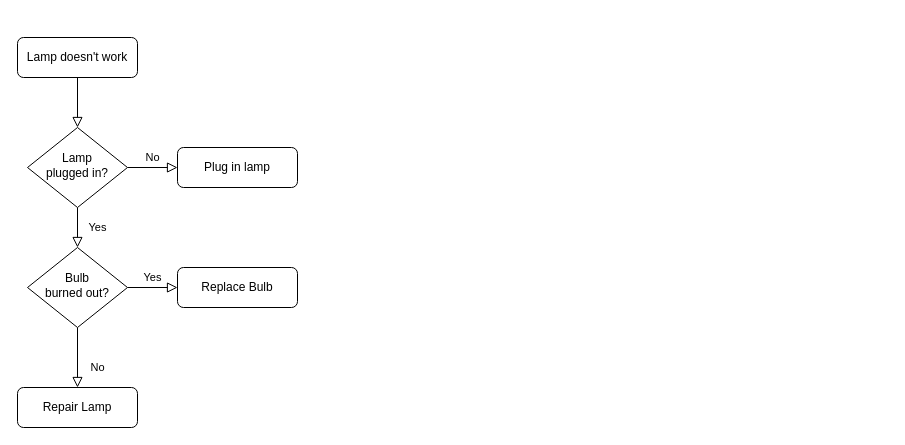
The draw.io diagram Untitled Diagram.drawio in CongMinYin/flow, before the edit. Source tidied: cells renumbered, new cells numbered last; positions are measured from the earlier drawing's top-left corner, leaving out a move shared by most shapes. Both pictures are drawn from the tidied source at 100%, with x=0, y=0 at pixel (17, 37).
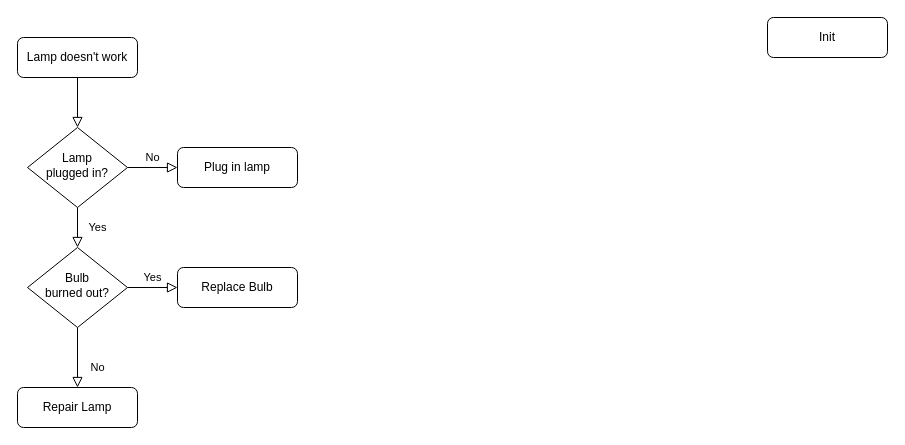
Above is the later version.

Commit message:
PMEMDevice Async

Change to the diagram source:
```diff
@@
 <mxGraphModel>
   <root>
     <mxCell id="0" />
     <mxCell id="1" parent="0" />
     <mxCell id="2" style="rounded=0;html=1;jettySize=auto;fontSize=11;endArrow=block;endFill=0;endSize=8;strokeWidth=1;shadow=0;labelBackgroundColor=none;edgeStyle=orthogonalEdgeStyle;" parent="1" edge="1" source="3" target="6">
       <mxGeometry relative="1" as="geometry" />
     </mxCell>
     <mxCell id="3" value="Lamp doesn't work" style="rounded=1;whiteSpace=wrap;html=1;fontSize=12;glass=0;strokeWidth=1;shadow=0;" parent="1" vertex="1">
       <mxGeometry width="120" height="40" as="geometry" />
     </mxCell>
     <mxCell id="4" value="Yes" style="rounded=0;html=1;jettySize=auto;fontSize=11;endArrow=block;endFill=0;endSize=8;strokeWidth=1;shadow=0;labelBackgroundColor=none;edgeStyle=orthogonalEdgeStyle;" parent="1" edge="1" source="6" target="10">
       <mxGeometry y="20" relative="1" as="geometry" />
     </mxCell>
     <mxCell id="5" value="No" style="edgeStyle=orthogonalEdgeStyle;rounded=0;html=1;jettySize=auto;fontSize=11;endArrow=block;endFill=0;endSize=8;strokeWidth=1;shadow=0;labelBackgroundColor=none;" parent="1" edge="1" source="6" target="7">
       <mxGeometry y="10" relative="1" as="geometry" />
     </mxCell>
     <mxCell id="6" value="Lamp&lt;br&gt;plugged in?" style="rhombus;whiteSpace=wrap;html=1;shadow=0;fontFamily=Helvetica;fontSize=12;align=center;strokeWidth=1;spacing=6;spacingTop=-4;" parent="1" vertex="1">
       <mxGeometry x="10" y="90" width="100" height="80" as="geometry" />
     </mxCell>
     <mxCell id="7" value="Plug in lamp" style="rounded=1;whiteSpace=wrap;html=1;fontSize=12;glass=0;strokeWidth=1;shadow=0;" parent="1" vertex="1">
       <mxGeometry x="160" y="110" width="120" height="40" as="geometry" />
     </mxCell>
     <mxCell id="8" value="No" style="rounded=0;html=1;jettySize=auto;fontSize=11;endArrow=block;endFill=0;endSize=8;strokeWidth=1;shadow=0;labelBackgroundColor=none;edgeStyle=orthogonalEdgeStyle;" parent="1" edge="1" source="10" target="11">
       <mxGeometry x="0.33" y="20" relative="1" as="geometry" />
     </mxCell>
     <mxCell id="9" value="Yes" style="edgeStyle=orthogonalEdgeStyle;rounded=0;html=1;jettySize=auto;fontSize=11;endArrow=block;endFill=0;endSize=8;strokeWidth=1;shadow=0;labelBackgroundColor=none;" parent="1" edge="1" source="10" target="12">
       <mxGeometry y="10" relative="1" as="geometry" />
     </mxCell>
     <mxCell id="10" value="Bulb&lt;br&gt;burned out?" style="rhombus;whiteSpace=wrap;html=1;shadow=0;fontFamily=Helvetica;fontSize=12;align=center;strokeWidth=1;spacing=6;spacingTop=-4;" parent="1" vertex="1">
       <mxGeometry x="10" y="210" width="100" height="80" as="geometry" />
     </mxCell>
     <mxCell id="11" value="Repair Lamp" style="rounded=1;whiteSpace=wrap;html=1;fontSize=12;glass=0;strokeWidth=1;shadow=0;" parent="1" vertex="1">
       <mxGeometry y="350" width="120" height="40" as="geometry" />
     </mxCell>
     <mxCell id="12" value="Replace Bulb" style="rounded=1;whiteSpace=wrap;html=1;fontSize=12;glass=0;strokeWidth=1;shadow=0;" parent="1" vertex="1">
       <mxGeometry x="160" y="230" width="120" height="40" as="geometry" />
     </mxCell>
+    <mxCell id="13" value="Init" style="rounded=1;whiteSpace=wrap;html=1;fontSize=12;glass=0;strokeWidth=1;shadow=0;" parent="1" vertex="1">
+      <mxGeometry x="750" y="-20" width="120" height="40" as="geometry" />
+    </mxCell>
   </root>
 </mxGraphModel>
```
